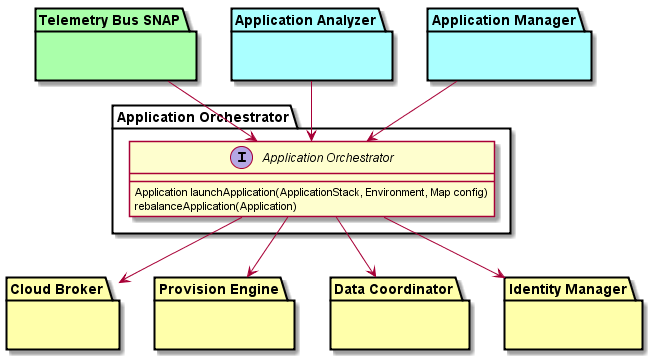
The PlantUML diagram design/ApplicationOrchestrator/Class Overview.png in CAADE/C3, before a commit. The source it was exported from:
```plantuml
@startuml


package "Application Orchestrator" {
  interface "Application Orchestrator" {
      Application launchApplication(ApplicationStack, Environment, Map config)
      rebalanceApplication(Application)
  }
}

package "Cloud Broker"  #ffffaa {}
package "Provision Engine" #ffffaa {}
package "Data Coordinator" #ffffaa {}
package "Telemetry Bus SNAP" #aaffaa {}
package "Application Analyzer" #aaffff {}
package "Application Manager" #aaffff {}
package "Identity Manager"  #ffffaa {}

"Application Orchestrator" --> "Identity Manager"
"Application Orchestrator" --> "Cloud Broker"
"Application Orchestrator" --> "Provision Engine"
"Application Orchestrator" --> "Data Coordinator"
"Telemetry Bus SNAP" --> "Application Orchestrator"
"Application Manager" --> "Application Orchestrator"
"Application Analyzer" --> "Application Orchestrator"

@enduml
```
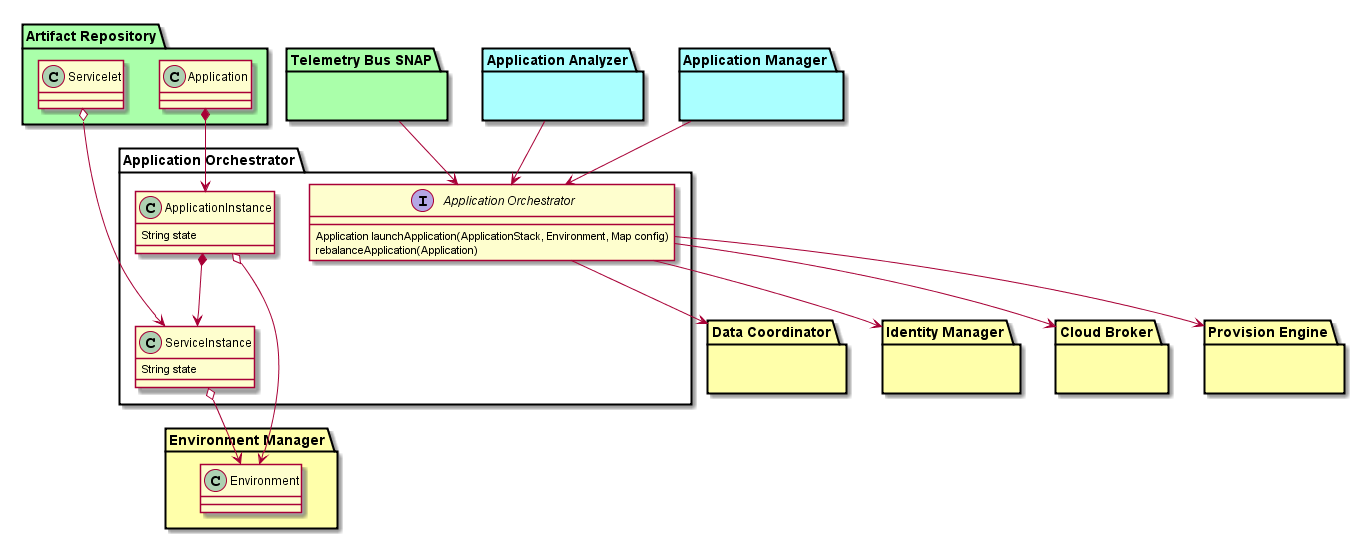
After the change.

What changed in the source:
```diff
@@ -6,6 +6,13 @@
       Application launchApplication(ApplicationStack, Environment, Map config)
       rebalanceApplication(Application)
   }
+  class ApplicationInstance {
+    String state
+  }
+  class ServiceInstance {
+    String state
+  }
+  ApplicationInstance *--> ServiceInstance
 }
 
 package "Cloud Broker"  #ffffaa {}
@@ -15,6 +22,20 @@
 package "Application Analyzer" #aaffff {}
 package "Application Manager" #aaffff {}
 package "Identity Manager"  #ffffaa {}
+package "Environment Manager" #ffffaa {
+  class Environment {
+  }
+}
+package "Artifact Repository"  #aaffaa {
+    class Application {
+    }
+    class Servicelet {
+    }
+}
+Application *--> ApplicationInstance
+Servicelet o--> ServiceInstance
+ServiceInstance o--> Environment
+ApplicationInstance o--> Environment
 
 "Application Orchestrator" --> "Identity Manager"
 "Application Orchestrator" --> "Cloud Broker"
@@ -24,4 +45,5 @@
 "Application Manager" --> "Application Orchestrator"
 "Application Analyzer" --> "Application Orchestrator"
 
+
 @enduml
```
